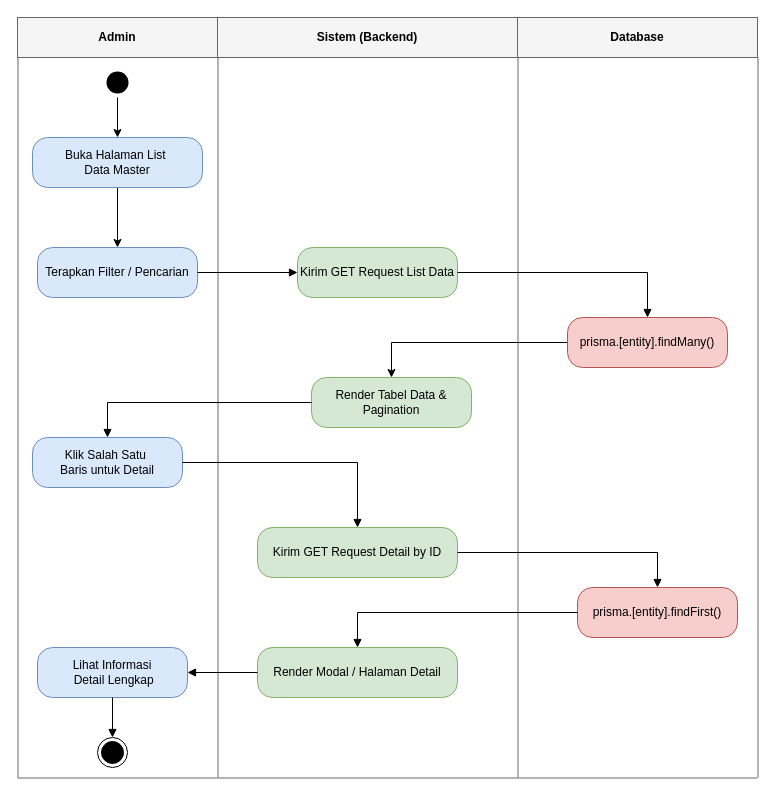
The draw.io diagram fordza-docs/diagrams/activity-02b-read-master.drawio in Aryo1235/fordza-web, before the edit. Source tidied: cells renumbered, new cells numbered last; positions are measured from the earlier drawing's top-left corner, leaving out a move shared by most shapes. Both pictures are drawn from the tidied source at 100%, with x=0, y=0 at pixel (17, 17).
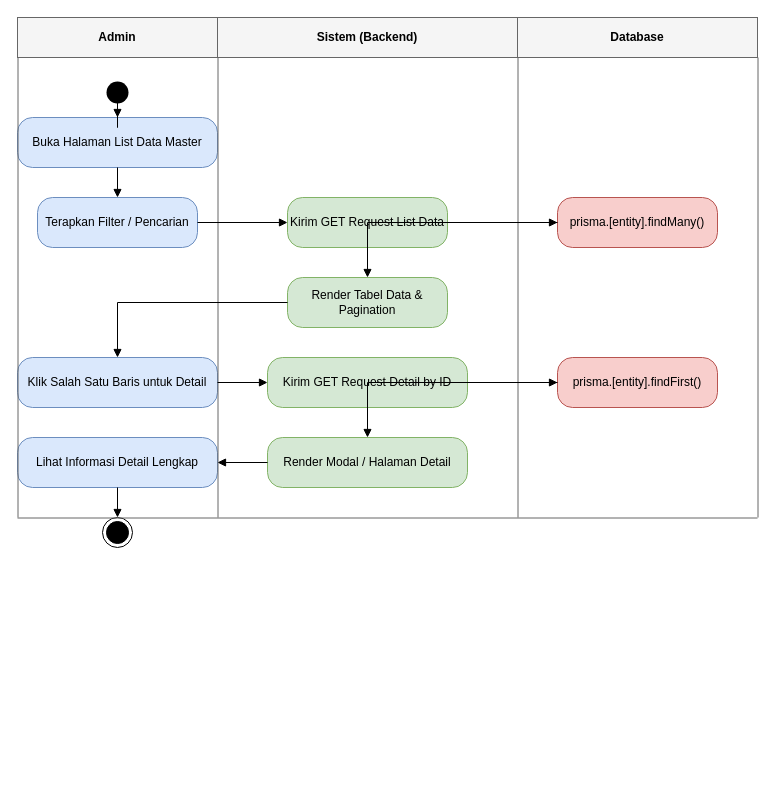
The same page after the edit.

Diff of the diagram source:
```diff
@@
-    <mxCell id="5" style="edgeStyle=orthogonalEdgeStyle;rounded=0;jettySize=auto;html=1;" parent="1" edge="1" source="6" target="8">
-      <mxGeometry relative="1" as="geometry" />
-    </mxCell>
     <mxCell id="6" style="ellipse;html=1;shape=startState;fillColor=#000000;strokeColor=none;" parent="1" vertex="1">
-      <mxGeometry x="85" y="50" width="30" height="30" as="geometry" />
+      <mxGeometry x="85" y="60" width="30" height="30" as="geometry" />
     </mxCell>
-    <mxCell id="7" style="edgeStyle=orthogonalEdgeStyle;rounded=0;jettySize=auto;html=1;entryX=0.5;entryY=0;entryDx=0;entryDy=0;" parent="1" edge="1" source="8" target="9">
-      <mxGeometry relative="1" as="geometry" />
-    </mxCell>
-    <mxCell id="8" value="Buka Halaman List&amp;nbsp;&lt;div&gt;Data Master&lt;/div&gt;" style="rounded=1;whiteSpace=wrap;html=1;arcSize=30;fillColor=#dae8fc;strokeColor=#6c8ebf;" parent="1" vertex="1">
-      <mxGeometry x="15" y="120" width="170" height="50" as="geometry" />
+    <mxCell id="8" value="Buka Halaman List Data Master" style="rounded=1;whiteSpace=wrap;html=1;arcSize=30;fillColor=#dae8fc;strokeColor=#6c8ebf;" parent="1" vertex="1">
+      <mxGeometry y="100" width="200" height="50" as="geometry" />
     </mxCell>
     <mxCell id="9" value="Terapkan Filter / Pencarian" style="rounded=1;whiteSpace=wrap;html=1;arcSize=30;fillColor=#dae8fc;strokeColor=#6c8ebf;" parent="1" vertex="1">
-      <mxGeometry x="20" y="230" width="160" height="50" as="geometry" />
+      <mxGeometry x="20" y="180" width="160" height="50" as="geometry" />
     </mxCell>
     <mxCell id="10" value="Kirim GET Request List Data" style="rounded=1;whiteSpace=wrap;html=1;arcSize=30;fillColor=#d5e8d4;strokeColor=#82b366;" parent="1" vertex="1">
-      <mxGeometry x="280" y="230" width="160" height="50" as="geometry" />
+      <mxGeometry x="270" y="180" width="160" height="50" as="geometry" />
     </mxCell>
-    <mxCell id="11" style="edgeStyle=orthogonalEdgeStyle;rounded=0;jettySize=auto;html=1;entryX=0.5;entryY=0;entryDx=0;entryDy=0;" parent="1" edge="1" source="12" target="13">
-      <mxGeometry relative="1" as="geometry" />
-    </mxCell>
     <mxCell id="12" value="prisma.[entity].findMany()" style="rounded=1;whiteSpace=wrap;html=1;arcSize=30;fillColor=#f8cecc;strokeColor=#b85450;" parent="1" vertex="1">
-      <mxGeometry x="550" y="300" width="160" height="50" as="geometry" />
+      <mxGeometry x="540" y="180" width="160" height="50" as="geometry" />
     </mxCell>
     <mxCell id="13" value="Render Tabel Data &amp; Pagination" style="rounded=1;whiteSpace=wrap;html=1;arcSize=30;fillColor=#d5e8d4;strokeColor=#82b366;" parent="1" vertex="1">
-      <mxGeometry x="294" y="360" width="160" height="50" as="geometry" />
+      <mxGeometry x="270" y="260" width="160" height="50" as="geometry" />
     </mxCell>
-    <mxCell id="14" value="Klik Salah Satu&amp;nbsp;&lt;div&gt;Baris untuk Detail&lt;/div&gt;" style="rounded=1;whiteSpace=wrap;html=1;arcSize=30;fillColor=#dae8fc;strokeColor=#6c8ebf;" parent="1" vertex="1">
-      <mxGeometry x="15" y="420" width="150" height="50" as="geometry" />
+    <mxCell id="14" value="Klik Salah Satu Baris untuk Detail" style="rounded=1;whiteSpace=wrap;html=1;arcSize=30;fillColor=#dae8fc;strokeColor=#6c8ebf;" parent="1" vertex="1">
+      <mxGeometry y="340" width="200" height="50" as="geometry" />
     </mxCell>
     <mxCell id="15" value="Kirim GET Request Detail by ID" style="rounded=1;whiteSpace=wrap;html=1;arcSize=30;fillColor=#d5e8d4;strokeColor=#82b366;" parent="1" vertex="1">
-      <mxGeometry x="240" y="510" width="200" height="50" as="geometry" />
+      <mxGeometry x="250" y="340" width="200" height="50" as="geometry" />
     </mxCell>
     <mxCell id="16" value="prisma.[entity].findFirst()" style="rounded=1;whiteSpace=wrap;html=1;arcSize=30;fillColor=#f8cecc;strokeColor=#b85450;" parent="1" vertex="1">
-      <mxGeometry x="560" y="570" width="160" height="50" as="geometry" />
+      <mxGeometry x="540" y="340" width="160" height="50" as="geometry" />
     </mxCell>
     <mxCell id="17" value="Render Modal / Halaman Detail" style="rounded=1;whiteSpace=wrap;html=1;arcSize=30;fillColor=#d5e8d4;strokeColor=#82b366;" parent="1" vertex="1">
-      <mxGeometry x="240" y="630" width="200" height="50" as="geometry" />
+      <mxGeometry x="250" y="420" width="200" height="50" as="geometry" />
     </mxCell>
-    <mxCell id="18" value="Lihat Informasi&lt;div&gt;&amp;nbsp;Detail Lengkap&lt;/div&gt;" style="rounded=1;whiteSpace=wrap;html=1;arcSize=30;fillColor=#dae8fc;strokeColor=#6c8ebf;" parent="1" vertex="1">
-      <mxGeometry x="20" y="630" width="150" height="50" as="geometry" />
+    <mxCell id="18" value="Lihat Informasi Detail Lengkap" style="rounded=1;whiteSpace=wrap;html=1;arcSize=30;fillColor=#dae8fc;strokeColor=#6c8ebf;" parent="1" vertex="1">
+      <mxGeometry y="420" width="200" height="50" as="geometry" />
     </mxCell>
     <mxCell id="19" style="ellipse;html=1;shape=endState;fillColor=#000000;strokeColor=#000000;" parent="1" vertex="1">
-      <mxGeometry x="80" y="720" width="30" height="30" as="geometry" />
+      <mxGeometry x="85" y="500" width="30" height="30" as="geometry" />
     </mxCell>
     <mxCell id="20" style="line;strokeWidth=1;fillColor=none;align=left;dashed=0;strokeColor=#666666;direction=south;" parent="1" vertex="1">
-      <mxGeometry y="40" width="1" height="720" as="geometry" />
+      <mxGeometry y="40" width="1" height="460" as="geometry" />
     </mxCell>
     <mxCell id="21" style="line;strokeWidth=1;fillColor=none;align=left;dashed=0;strokeColor=#666666;direction=south;" parent="1" vertex="1">
-      <mxGeometry x="200" y="40" width="1" height="720" as="geometry" />
+      <mxGeometry x="200" y="40" width="1" height="460" as="geometry" />
     </mxCell>
     <mxCell id="22" style="line;strokeWidth=1;fillColor=none;align=left;dashed=0;strokeColor=#666666;direction=south;" parent="1" vertex="1">
-      <mxGeometry x="500" y="40" width="1" height="720" as="geometry" />
+      <mxGeometry x="500" y="40" width="1" height="460" as="geometry" />
     </mxCell>
     <mxCell id="23" style="line;strokeWidth=1;fillColor=none;align=left;dashed=0;strokeColor=#666666;direction=south;" parent="1" vertex="1">
-      <mxGeometry x="740" y="40" width="1" height="720" as="geometry" />
+      <mxGeometry x="740" y="40" width="1" height="460" as="geometry" />
     </mxCell>
     <mxCell id="24" style="line;strokeWidth=1;fillColor=none;align=left;dashed=0;strokeColor=#666666;direction=east;" parent="1" vertex="1">
-      <mxGeometry y="760" width="740" height="1" as="geometry" />
+      <mxGeometry y="500" width="740" height="1" as="geometry" />
     </mxCell>
+    <mxCell id="5" style="edgeStyle=orthogonalEdgeStyle;rounded=0;jettySize=auto;html=1;endArrow=block;" parent="1" edge="1" source="6" target="8">
+      <mxGeometry relative="1" as="geometry" />
+    </mxCell>
+    <mxCell id="7" style="edgeStyle=orthogonalEdgeStyle;rounded=0;jettySize=auto;html=1;endArrow=block;" parent="1" edge="1" source="8" target="9">
+      <mxGeometry relative="1" as="geometry" />
+    </mxCell>
@@
+    <mxCell id="11" style="edgeStyle=orthogonalEdgeStyle;rounded=0;jettySize=auto;html=1;endArrow=block;exitX=0.5;entryX=1;" parent="1" edge="1" source="12" target="13">
+      <mxGeometry relative="1" as="geometry" />
+    </mxCell>
```
